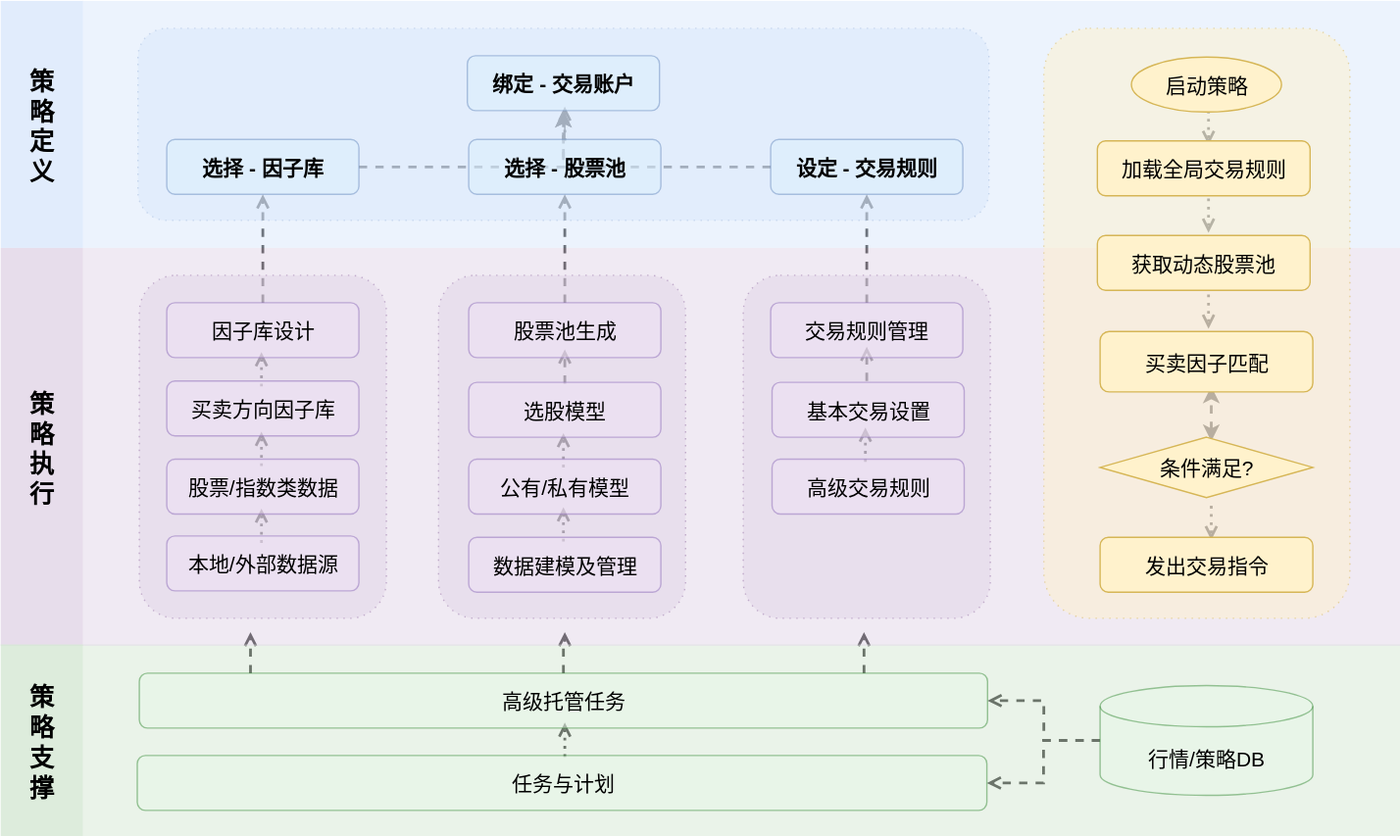
huabolu/tradestack keeps this draw.io diagram as images/arch_diagram.svg. Above is the earlier version. Source tidied: cells renumbered, new cells last; positions are measured from the earlier drawing's top-left corner, leaving out a move shared by most shapes.
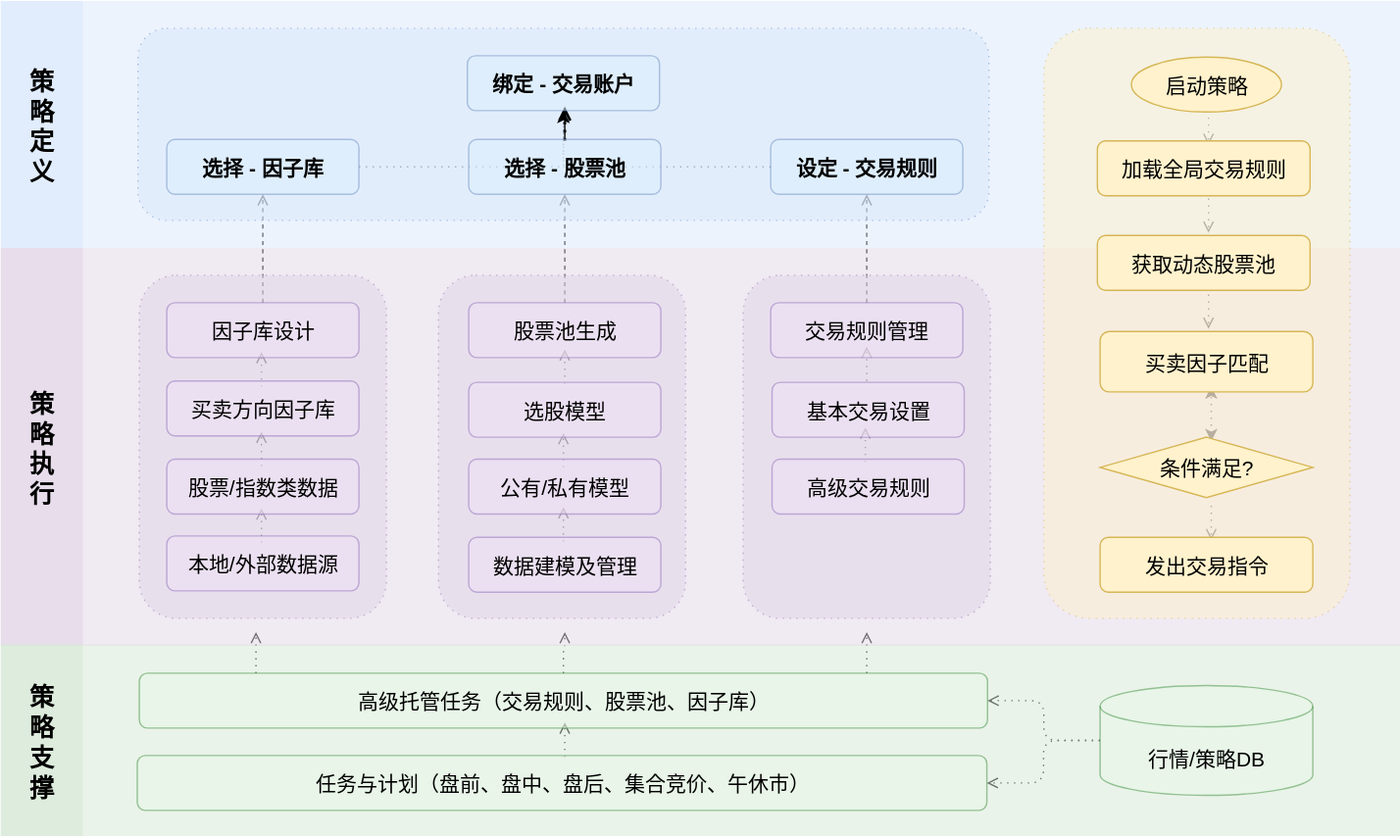
Later version of the same file.

What changed in the source:
```diff
@@ -2,164 +2,164 @@
   <root>
     <mxCell id="0" />
     <mxCell id="1" parent="0" />
-    <mxCell id="2" style="endArrow=open;html=1;rounded=1;strokeWidth=2;curved=0;dashed=1;dashPattern=1 2;flowAnimation=0;endFill=0;" parent="1" edge="1">
+    <mxCell id="2" style="endArrow=open;html=1;rounded=1;strokeWidth=1;curved=0;dashed=1;dashPattern=1 4;flowAnimation=0;endFill=0;" parent="1" edge="1">
       <mxGeometry relative="1" as="geometry">
         <mxPoint x="880" y="80" as="sourcePoint" />
         <mxPoint x="880" y="105" as="targetPoint" />
       </mxGeometry>
     </mxCell>
-    <mxCell id="3" style="endArrow=open;html=1;rounded=1;strokeWidth=2;curved=0;dashed=1;dashPattern=1 2;flowAnimation=0;endFill=0;" parent="1" edge="1">
+    <mxCell id="3" style="endArrow=open;html=1;rounded=1;strokeWidth=1;curved=0;dashed=1;dashPattern=1 4;flowAnimation=0;endFill=0;" parent="1" edge="1">
       <mxGeometry relative="1" as="geometry">
         <mxPoint x="880" y="144" as="sourcePoint" />
         <mxPoint x="880" y="169" as="targetPoint" />
       </mxGeometry>
     </mxCell>
-    <mxCell id="4" style="endArrow=open;html=1;rounded=1;strokeWidth=2;curved=0;dashed=1;dashPattern=1 2;flowAnimation=0;endFill=0;" parent="1" edge="1">
+    <mxCell id="4" style="endArrow=open;html=1;rounded=1;strokeWidth=1;curved=0;dashed=1;dashPattern=1 4;flowAnimation=0;endFill=0;" parent="1" edge="1">
       <mxGeometry relative="1" as="geometry">
         <mxPoint x="880" y="214" as="sourcePoint" />
         <mxPoint x="880" y="239" as="targetPoint" />
       </mxGeometry>
     </mxCell>
-    <mxCell id="5" style="endArrow=open;html=1;rounded=1;strokeWidth=2;curved=0;dashed=1;dashPattern=1 2;flowAnimation=0;endFill=0;" parent="1" edge="1">
+    <mxCell id="5" style="endArrow=open;html=1;rounded=1;strokeWidth=1;curved=0;dashed=1;dashPattern=1 4;flowAnimation=0;endFill=0;" parent="1" edge="1">
       <mxGeometry relative="1" as="geometry">
         <mxPoint x="882" y="368" as="sourcePoint" />
         <mxPoint x="882" y="393" as="targetPoint" />
       </mxGeometry>
     </mxCell>
-    <mxCell id="6" style="endArrow=classic;startArrow=classic;html=1;rounded=0;dashed=1;strokeWidth=2;" parent="1" edge="1">
+    <mxCell id="6" style="endArrow=classic;startArrow=classic;html=1;rounded=1;dashed=1;strokeWidth=1;curved=0;dashPattern=1 4;" parent="1" edge="1">
       <mxGeometry relative="1" as="geometry">
         <mxPoint x="882" y="321" as="sourcePoint" />
         <mxPoint x="882" y="281" as="targetPoint" />
       </mxGeometry>
     </mxCell>
-    <mxCell id="7" style="endArrow=open;html=1;rounded=1;strokeWidth=2;curved=0;dashed=1;dashPattern=1 2;flowAnimation=0;endFill=0;" parent="1" edge="1">
-      <mxGeometry relative="1" as="geometry">
-        <mxPoint x="411" y="102" as="sourcePoint" />
-        <mxPoint x="411" y="77" as="targetPoint" />
-      </mxGeometry>
-    </mxCell>
-    <mxCell id="8" style="edgeStyle=orthogonalEdgeStyle;rounded=0;jettySize=auto;html=1;" parent="1" edge="1" source="41" target="59">
-      <mxGeometry relative="1" as="geometry" />
-    </mxCell>
-    <mxCell id="9" style="edgeStyle=orthogonalEdgeStyle;rounded=0;jettySize=auto;html=1;dashed=1;endArrow=open;endFill=0;strokeWidth=2;" parent="1" edge="1" source="43" target="40">
+    <mxCell id="9" style="edgeStyle=orthogonalEdgeStyle;rounded=1;jettySize=auto;html=1;dashed=1;endArrow=open;endFill=0;strokeWidth=1;curved=0;" parent="1" edge="1" source="43" target="40">
       <mxGeometry relative="1" as="geometry" />
     </mxCell>
-    <mxCell id="10" style="edgeStyle=orthogonalEdgeStyle;rounded=0;jettySize=auto;html=1;dashed=1;endArrow=open;endFill=0;strokeWidth=2;" parent="1" edge="1" source="45" target="41">
+    <mxCell id="10" style="edgeStyle=orthogonalEdgeStyle;rounded=1;jettySize=auto;html=1;dashed=1;endArrow=open;endFill=0;strokeWidth=1;curved=0;" parent="1" edge="1" source="45" target="41">
       <mxGeometry relative="1" as="geometry" />
     </mxCell>
-    <mxCell id="11" style="edgeStyle=orthogonalEdgeStyle;rounded=0;jettySize=auto;html=1;dashed=1;endArrow=open;endFill=0;strokeWidth=2;" parent="1" edge="1" source="44" target="42">
+    <mxCell id="11" style="edgeStyle=orthogonalEdgeStyle;rounded=1;jettySize=auto;html=1;dashed=1;endArrow=open;endFill=0;strokeWidth=1;curved=0;" parent="1" edge="1" source="44" target="42">
       <mxGeometry relative="1" as="geometry" />
     </mxCell>
-    <mxCell id="12" style="edgeStyle=orthogonalEdgeStyle;rounded=0;orthogonalLoop=1;jettySize=auto;html=1;entryX=0.5;entryY=1;entryDx=0;entryDy=0;strokeWidth=2;dashed=1;" parent="1" edge="1">
+    <mxCell id="12" style="edgeStyle=orthogonalEdgeStyle;rounded=0;orthogonalLoop=1;jettySize=auto;html=1;entryX=0.5;entryY=1;entryDx=0;entryDy=0;strokeWidth=1;dashed=1;dashPattern=1 4;" parent="1" edge="1">
       <mxGeometry relative="1" as="geometry">
         <mxPoint x="261" y="121" as="sourcePoint" />
         <mxPoint x="410" y="80" as="targetPoint" />
       </mxGeometry>
     </mxCell>
-    <mxCell id="13" style="edgeStyle=orthogonalEdgeStyle;rounded=0;jettySize=auto;html=1;entryX=0.5;entryY=1;entryDx=0;entryDy=0;strokeWidth=2;dashed=1;" parent="1" edge="1" source="40" target="59">
+    <mxCell id="13" style="edgeStyle=orthogonalEdgeStyle;rounded=0;jettySize=auto;html=1;entryX=0.5;entryY=1;entryDx=0;entryDy=0;strokeWidth=1;dashed=1;dashPattern=1 4;" parent="1" edge="1" source="40" target="59">
       <mxGeometry relative="1" as="geometry" />
     </mxCell>
-    <mxCell id="14" style="rounded=1;fillColor=#dae8fc;strokeColor=#6c8ebf;fontSize=16;fontStyle=1;align=center;verticalAlign=middle;opacity=50;dashed=1;dashPattern=1 4;" parent="1" vertex="1">
-      <mxGeometry x="100" y="20" width="620" height="140" as="geometry" />
-    </mxCell>
-    <mxCell id="15" style="rounded=0;fillColor=#dae8fc;strokeColor=none;fontSize=16;fontStyle=1;align=center;verticalAlign=middle;opacity=50;" parent="1" vertex="1">
-      <mxGeometry x="60" width="960" height="180" as="geometry" />
-    </mxCell>
-    <mxCell id="16" style="edgeStyle=orthogonalEdgeStyle;rounded=0;jettySize=auto;html=1;dashed=1;strokeWidth=2;endArrow=open;endFill=0;" parent="1" edge="1" source="60" target="61">
+    <mxCell id="16" style="edgeStyle=orthogonalEdgeStyle;rounded=1;jettySize=auto;html=1;dashed=1;strokeWidth=1;endArrow=open;endFill=0;curved=0;dashPattern=1 4;" parent="1" edge="1" source="60" target="61">
       <mxGeometry relative="1" as="geometry" />
     </mxCell>
-    <mxCell id="17" style="edgeStyle=orthogonalEdgeStyle;rounded=0;jettySize=auto;html=1;dashed=1;strokeWidth=2;endArrow=open;endFill=0;" parent="1" edge="1" source="60" target="39">
+    <mxCell id="17" style="edgeStyle=orthogonalEdgeStyle;rounded=1;jettySize=auto;html=1;dashed=1;strokeWidth=1;endArrow=open;endFill=0;curved=0;dashPattern=1 4;" parent="1" edge="1" source="60" target="39">
       <mxGeometry relative="1" as="geometry" />
     </mxCell>
-    <mxCell id="18" style="endArrow=open;html=1;rounded=1;strokeWidth=2;curved=0;dashed=1;dashPattern=1 2;flowAnimation=0;endFill=0;" parent="1" edge="1">
+    <mxCell id="18" style="endArrow=open;html=1;rounded=1;strokeWidth=1;curved=0;dashed=1;dashPattern=1 4;flowAnimation=0;endFill=0;" parent="1" edge="1">
       <mxGeometry relative="1" as="geometry">
         <mxPoint x="411" y="551" as="sourcePoint" />
         <mxPoint x="411" y="526" as="targetPoint" />
       </mxGeometry>
     </mxCell>
-    <mxCell id="19" style="edgeStyle=orthogonalEdgeStyle;rounded=0;jettySize=auto;html=1;dashed=1;endArrow=open;endFill=0;strokeWidth=2;" parent="1" edge="1" source="61">
+    <mxCell id="19" style="edgeStyle=orthogonalEdgeStyle;rounded=1;jettySize=auto;html=1;dashed=1;endArrow=open;endFill=0;strokeWidth=1;curved=0;dashPattern=1 4;" parent="1" edge="1" source="61">
       <mxGeometry relative="1" as="geometry">
         <mxPoint x="411" y="460" as="targetPoint" />
       </mxGeometry>
     </mxCell>
-    <mxCell id="20" style="edgeStyle=orthogonalEdgeStyle;rounded=0;orthogonalLoop=1;jettySize=auto;html=1;dashed=1;endArrow=open;endFill=0;strokeWidth=2;" parent="1" edge="1">
+    <mxCell id="20" style="edgeStyle=orthogonalEdgeStyle;rounded=1;orthogonalLoop=1;jettySize=auto;html=1;dashed=1;endArrow=open;endFill=0;strokeWidth=1;curved=0;dashPattern=1 4;" parent="1" edge="1">
       <mxGeometry relative="1" as="geometry">
-        <mxPoint x="629" y="490" as="sourcePoint" />
-        <mxPoint x="629" y="460" as="targetPoint" />
+        <mxPoint x="631" y="490" as="sourcePoint" />
+        <mxPoint x="631" y="460" as="targetPoint" />
       </mxGeometry>
     </mxCell>
-    <mxCell id="21" style="edgeStyle=orthogonalEdgeStyle;rounded=0;orthogonalLoop=1;jettySize=auto;html=1;dashed=1;endArrow=open;endFill=0;strokeWidth=2;" parent="1" edge="1">
+    <mxCell id="21" style="edgeStyle=orthogonalEdgeStyle;rounded=1;orthogonalLoop=1;jettySize=auto;html=1;dashed=1;endArrow=open;endFill=0;strokeWidth=1;curved=0;dashPattern=1 4;" parent="1" edge="1">
       <mxGeometry relative="1" as="geometry">
-        <mxPoint x="182" y="490" as="sourcePoint" />
-        <mxPoint x="182" y="460" as="targetPoint" />
+        <mxPoint x="186" y="490" as="sourcePoint" />
+        <mxPoint x="186" y="460" as="targetPoint" />
       </mxGeometry>
     </mxCell>
-    <mxCell id="22" style="rounded=0;fillColor=#d5e8d4;strokeColor=none;fontSize=16;fontStyle=1;align=center;verticalAlign=middle;opacity=50;" parent="1" vertex="1">
-      <mxGeometry x="60" y="469" width="960" height="140" as="geometry" />
-    </mxCell>
-    <mxCell id="23" style="endArrow=open;html=1;rounded=1;strokeWidth=2;curved=0;dashed=1;flowAnimation=0;endFill=0;" parent="1" edge="1">
+    <mxCell id="23" style="endArrow=open;html=1;rounded=1;strokeWidth=1;curved=0;dashed=1;flowAnimation=0;endFill=0;dashPattern=1 4;" parent="1" edge="1">
       <mxGeometry relative="1" as="geometry">
         <mxPoint x="631" y="277" as="sourcePoint" />
         <mxPoint x="631" y="252" as="targetPoint" />
       </mxGeometry>
     </mxCell>
-    <mxCell id="24" style="endArrow=open;html=1;rounded=1;strokeWidth=2;curved=0;dashed=1;dashPattern=1 2;flowAnimation=0;endFill=0;" parent="1" edge="1">
+    <mxCell id="24" style="endArrow=open;html=1;rounded=1;strokeWidth=1;curved=0;dashed=1;dashPattern=1 4;flowAnimation=0;endFill=0;" parent="1" edge="1">
       <mxGeometry relative="1" as="geometry">
         <mxPoint x="630" y="336" as="sourcePoint" />
         <mxPoint x="630" y="311" as="targetPoint" />
       </mxGeometry>
     </mxCell>
-    <mxCell id="25" style="endArrow=open;html=1;rounded=1;strokeWidth=2;curved=0;dashed=1;flowAnimation=0;endFill=0;" parent="1" edge="1">
+    <mxCell id="25" style="endArrow=open;html=1;rounded=1;strokeWidth=1;curved=0;dashed=1;flowAnimation=0;endFill=0;dashPattern=1 4;" parent="1" edge="1">
       <mxGeometry relative="1" as="geometry">
         <mxPoint x="411" y="279" as="sourcePoint" />
         <mxPoint x="411" y="254" as="targetPoint" />
       </mxGeometry>
     </mxCell>
-    <mxCell id="26" style="endArrow=open;html=1;rounded=1;strokeWidth=2;curved=0;dashed=1;dashPattern=1 2;flowAnimation=0;endFill=0;" parent="1" edge="1">
+    <mxCell id="26" style="endArrow=open;html=1;rounded=1;strokeWidth=1;curved=0;dashed=1;dashPattern=1 4;flowAnimation=0;endFill=0;" parent="1" edge="1">
       <mxGeometry relative="1" as="geometry">
         <mxPoint x="410" y="340" as="sourcePoint" />
         <mxPoint x="410" y="315" as="targetPoint" />
       </mxGeometry>
     </mxCell>
-    <mxCell id="27" style="endArrow=open;html=1;rounded=1;strokeWidth=2;curved=0;dashed=1;dashPattern=1 2;flowAnimation=0;endFill=0;" parent="1" edge="1">
+    <mxCell id="27" style="endArrow=open;html=1;rounded=1;strokeWidth=1;curved=0;dashed=1;dashPattern=1 4;flowAnimation=0;endFill=0;" parent="1" edge="1">
       <mxGeometry relative="1" as="geometry">
         <mxPoint x="410" y="394" as="sourcePoint" />
         <mxPoint x="410" y="369" as="targetPoint" />
       </mxGeometry>
     </mxCell>
-    <mxCell id="28" style="endArrow=open;html=1;rounded=1;strokeWidth=2;curved=0;dashed=1;dashPattern=1 2;flowAnimation=0;endFill=0;" parent="1" edge="1">
+    <mxCell id="28" style="endArrow=open;html=1;rounded=1;strokeWidth=1;curved=0;dashed=1;dashPattern=1 4;flowAnimation=0;endFill=0;" parent="1" edge="1">
       <mxGeometry relative="1" as="geometry">
         <mxPoint x="190" y="281" as="sourcePoint" />
         <mxPoint x="190" y="256" as="targetPoint" />
       </mxGeometry>
     </mxCell>
-    <mxCell id="29" style="endArrow=open;html=1;rounded=1;strokeWidth=2;curved=0;dashed=1;dashPattern=1 2;flowAnimation=0;endFill=0;" parent="1" edge="1">
+    <mxCell id="29" style="endArrow=open;html=1;rounded=1;strokeWidth=1;curved=0;dashed=1;dashPattern=1 4;flowAnimation=0;endFill=0;" parent="1" edge="1">
       <mxGeometry relative="1" as="geometry">
         <mxPoint x="190" y="339" as="sourcePoint" />
         <mxPoint x="190" y="314" as="targetPoint" />
       </mxGeometry>
     </mxCell>
-    <mxCell id="30" style="endArrow=open;html=1;rounded=1;strokeWidth=2;curved=0;dashed=1;dashPattern=1 2;flowAnimation=0;endFill=0;" parent="1" edge="1">
+    <mxCell id="30" style="endArrow=open;html=1;rounded=1;strokeWidth=1;curved=0;dashed=1;dashPattern=1 4;flowAnimation=0;endFill=0;" parent="1" edge="1">
       <mxGeometry relative="1" as="geometry">
         <mxPoint x="190" y="395" as="sourcePoint" />
         <mxPoint x="190" y="370" as="targetPoint" />
       </mxGeometry>
     </mxCell>
+    <mxCell id="22" style="rounded=0;fillColor=#d5e8d4;strokeColor=none;fontSize=16;fontStyle=1;align=center;verticalAlign=middle;opacity=50;" parent="1" vertex="1">
+      <mxGeometry x="60" y="469" width="960" height="140" as="geometry" />
+    </mxCell>
     <mxCell id="31" style="rounded=0;fillColor=#e1d5e7;strokeColor=none;fontSize=16;fontStyle=1;align=center;verticalAlign=middle;opacity=50;" parent="1" vertex="1">
       <mxGeometry x="60" y="180" width="960" height="290" as="geometry" />
     </mxCell>
+    <mxCell id="15" style="rounded=0;fillColor=#dae8fc;strokeColor=none;fontSize=16;fontStyle=1;align=center;verticalAlign=middle;opacity=50;" parent="1" vertex="1">
+      <mxGeometry x="60" width="960" height="180" as="geometry" />
+    </mxCell>
     <mxCell id="32" style="rounded=1;whiteSpace=wrap;html=1;fillColor=#fff2cc;strokeColor=#D6B656;dashed=1;dashPattern=1 4;opacity=50;" parent="1" vertex="1">
       <mxGeometry x="760" y="20" width="223" height="430" as="geometry" />
     </mxCell>
+    <mxCell id="35" style="rounded=1;fillColor=#e1d5e7;strokeColor=#9673a6;fontSize=16;fontStyle=1;align=center;verticalAlign=middle;opacity=50;dashed=1;dashPattern=1 4;" parent="1" vertex="1">
+      <mxGeometry x="101" y="200" width="180" height="250" as="geometry" />
+    </mxCell>
+    <mxCell id="34" style="rounded=1;fillColor=#e1d5e7;strokeColor=#9673a6;fontSize=16;fontStyle=1;align=center;verticalAlign=middle;opacity=50;dashed=1;dashPattern=1 4;" parent="1" vertex="1">
+      <mxGeometry x="319" y="200" width="180" height="250" as="geometry" />
+    </mxCell>
     <mxCell id="33" style="rounded=1;fillColor=#e1d5e7;strokeColor=#9673a6;fontSize=16;fontStyle=1;align=center;verticalAlign=middle;opacity=50;dashed=1;dashPattern=1 4;" parent="1" vertex="1">
       <mxGeometry x="541" y="200" width="180" height="250" as="geometry" />
     </mxCell>
-    <mxCell id="34" style="rounded=1;fillColor=#e1d5e7;strokeColor=#9673a6;fontSize=16;fontStyle=1;align=center;verticalAlign=middle;opacity=50;dashed=1;dashPattern=1 4;" parent="1" vertex="1">
-      <mxGeometry x="319" y="200" width="180" height="250" as="geometry" />
-    </mxCell>
-    <mxCell id="35" style="rounded=1;fillColor=#e1d5e7;strokeColor=#9673a6;fontSize=16;fontStyle=1;align=center;verticalAlign=middle;opacity=50;dashed=1;dashPattern=1 4;" parent="1" vertex="1">
-      <mxGeometry x="101" y="200" width="180" height="250" as="geometry" />
-    </mxCell>
+    <mxCell id="14" style="rounded=1;fillColor=#dae8fc;strokeColor=#6c8ebf;fontSize=16;fontStyle=1;align=center;verticalAlign=middle;opacity=50;dashed=1;dashPattern=1 4;" parent="1" vertex="1">
+      <mxGeometry x="100" y="20" width="620" height="140" as="geometry" />
+    </mxCell>
+    <mxCell id="7" style="endArrow=open;html=1;rounded=1;strokeWidth=2;curved=0;dashed=1;dashPattern=1 2;flowAnimation=0;endFill=0;" parent="1" edge="1">
+      <mxGeometry relative="1" as="geometry">
+        <mxPoint x="411" y="102" as="sourcePoint" />
+        <mxPoint x="411" y="77" as="targetPoint" />
+      </mxGeometry>
+    </mxCell>
+    <mxCell id="8" style="edgeStyle=orthogonalEdgeStyle;rounded=0;jettySize=auto;html=1;" parent="1" edge="1" source="41" target="59">
+      <mxGeometry relative="1" as="geometry" />
+    </mxCell>
     <mxCell id="36" value="策&#10;略&#10;执&#10;行" style="rounded=0;fillColor=#e1d5e7;strokeColor=none;fontSize=18;fontStyle=1;align=center;verticalAlign=middle;opacity=80;" parent="1" vertex="1">
       <mxGeometry y="180" width="60" height="290" as="geometry" />
     </mxCell>
@@ -169,7 +169,7 @@
     <mxCell id="38" value="策&#10;略&#10;定&#10;义" style="rounded=0;fillColor=#dae8fc;strokeColor=none;fontSize=18;fontStyle=1;align=center;verticalAlign=middle;opacity=80;" parent="1" vertex="1">
       <mxGeometry width="60" height="180" as="geometry" />
     </mxCell>
-    <mxCell id="39" value="&lt;font style=&quot;font-size: 15px;&quot;&gt;任务与计划&lt;/font&gt;" style="rounded=1;whiteSpace=wrap;html=1;fillColor=#e8f8e8;strokeColor=#3c8d3c;fontSize=11;opacity=50;" parent="1" vertex="1">
+    <mxCell id="39" value="&lt;font style=&quot;font-size: 15px;&quot;&gt;任务与计划（盘前、盘中、盘后、集合竞价、午休市）&lt;/font&gt;" style="rounded=1;whiteSpace=wrap;html=1;fillColor=#e8f8e8;strokeColor=#3c8d3c;fontSize=11;opacity=50;" parent="1" vertex="1">
       <mxGeometry x="99.5" y="550" width="619" height="40" as="geometry" />
     </mxCell>
     <mxCell id="40" value="&lt;span style=&quot;font-size: 15px;&quot;&gt;设定 - 交易规则&lt;/span&gt;" style="rounded=1;whiteSpace=wrap;html=1;fillColor=#dbeffd;strokeColor=#6c8ebf;fontSize=12;fontStyle=1;opacity=50;" parent="1" vertex="1">
@@ -235,7 +235,7 @@
     <mxCell id="60" value="&lt;font style=&quot;font-size: 15px;&quot;&gt;行情/策略DB&lt;/font&gt;" style="shape=cylinder3;whiteSpace=wrap;html=1;boundedLbl=1;backgroundOutline=1;size=15;fillColor=light-dark(#E8F8E8,#122012);strokeColor=light-dark(#3C8D3C,#569C56);opacity=50;" parent="1" vertex="1">
       <mxGeometry x="801" y="499" width="155" height="80" as="geometry" />
     </mxCell>
-    <mxCell id="61" value="&lt;span style=&quot;font-size: 15px;&quot;&gt;高级托管任务&lt;/span&gt;" style="rounded=1;whiteSpace=wrap;html=1;fillColor=#e8f8e8;strokeColor=#3c8d3c;fontSize=11;opacity=50;" parent="1" vertex="1">
+    <mxCell id="61" value="&lt;span style=&quot;font-size: 15px;&quot;&gt;高级托管任务（交易规则、股票池、因子库）&lt;/span&gt;" style="rounded=1;whiteSpace=wrap;html=1;fillColor=#e8f8e8;strokeColor=#3c8d3c;fontSize=11;opacity=50;" parent="1" vertex="1">
       <mxGeometry x="101" y="490" width="618" height="40" as="geometry" />
     </mxCell>
     <mxCell id="62" value="&lt;span style=&quot;font-size: 15px;&quot;&gt;发出交易指令&lt;/span&gt;" style="rounded=1;whiteSpace=wrap;html=1;fillColor=light-dark(#FFF2CC,#281D00);strokeColor=#D6B656;" parent="1" vertex="1">
```
